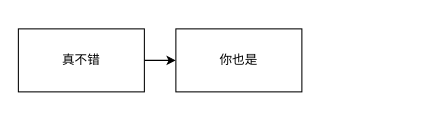
jinlianglou/- keeps this draw.io diagram as Untitled Diagram.drawio. Above is the earlier version. Source tidied: cells renumbered, new cells numbered last; positions are measured from the earlier drawing's top-left corner, leaving out a move shared by most shapes. Both pictures are drawn from the tidied source at 105%, with x=0, y=0 at pixel (18, 28).
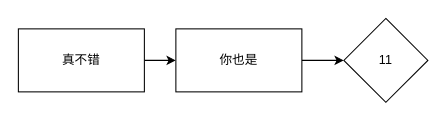
The same page after the edit.

The edit, as a diff of the source:
```diff
@@
 <mxGraphModel>
   <root>
     <mxCell id="0" />
     <mxCell id="1" parent="0" />
     <mxCell id="2" style="edgeStyle=orthogonalEdgeStyle;rounded=0;jettySize=auto;html=1;" parent="1" edge="1" source="3" target="4">
       <mxGeometry relative="1" as="geometry" />
     </mxCell>
     <mxCell id="3" value="真不错" style="rounded=0;whiteSpace=wrap;html=1;" parent="1" vertex="1">
       <mxGeometry width="120" height="60" as="geometry" />
     </mxCell>
+    <mxCell id="5" style="edgeStyle=orthogonalEdgeStyle;rounded=0;jettySize=auto;html=1;entryX=0;entryY=0.5;entryDx=0;entryDy=0;" parent="1" edge="1" source="4" target="6">
+      <mxGeometry relative="1" as="geometry" />
+    </mxCell>
     <mxCell id="4" value="你也是" style="rounded=0;whiteSpace=wrap;html=1;" parent="1" vertex="1">
       <mxGeometry x="150" width="120" height="60" as="geometry" />
     </mxCell>
+    <mxCell id="6" value="11" style="rhombus;whiteSpace=wrap;html=1;strokeColor=#000000;" parent="1" vertex="1">
+      <mxGeometry x="310" y="-10" width="80" height="80" as="geometry" />
+    </mxCell>
   </root>
 </mxGraphModel>
```
